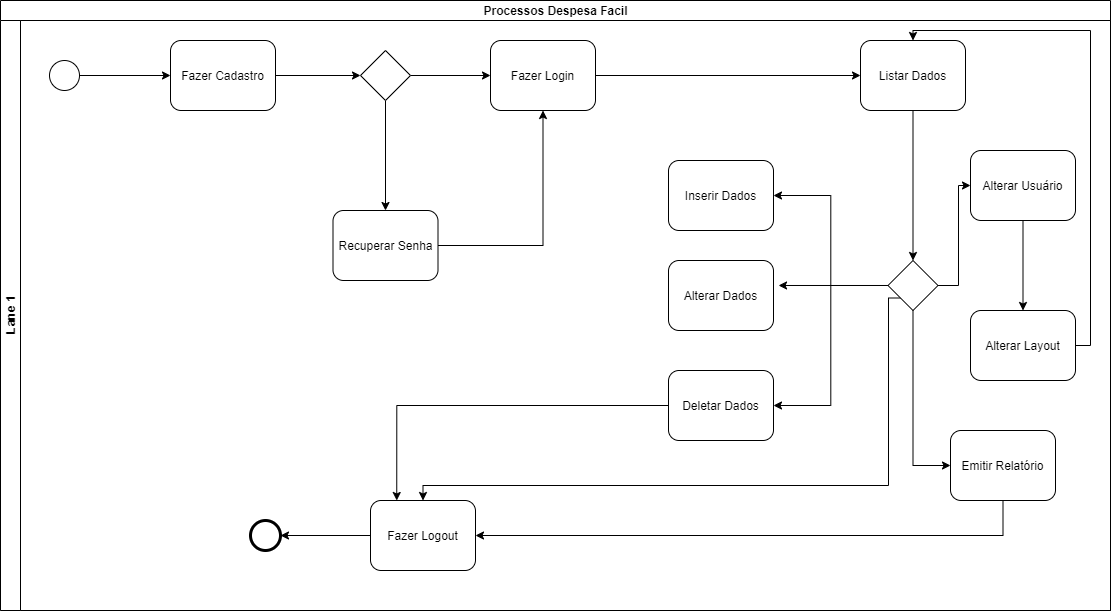
flaviosenne/despesa-facil keeps this draw.io diagram as Diagramas/BPMN.png. Above is the earlier version. Source tidied: cells renumbered, new cells last; positions are measured from the earlier drawing's top-left corner, leaving out a move shared by most shapes.
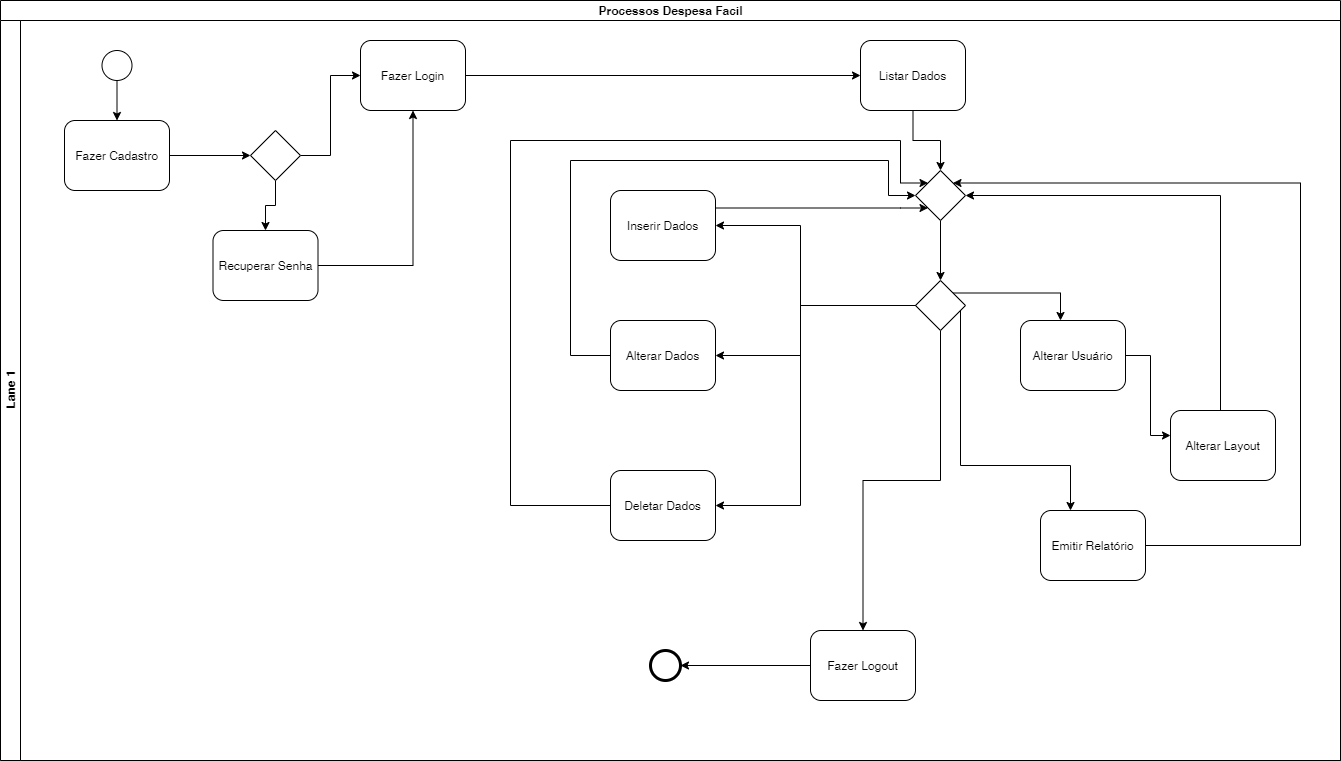
The same file after the commit.

Diff of the diagram source:
```diff
@@ -3,29 +3,32 @@
     <mxCell id="0" />
     <mxCell id="1" parent="0" />
     <mxCell id="2" value="Processos Despesa Facil" style="swimlane;html=1;horizontal=1;startSize=20;" parent="1" vertex="1">
-      <mxGeometry width="1110" height="610" as="geometry" />
+      <mxGeometry width="1340" height="760" as="geometry" />
     </mxCell>
     <mxCell id="3" value="Lane 1" style="swimlane;html=1;startSize=20;horizontal=0;" parent="2" vertex="1">
-      <mxGeometry y="20" width="1110" height="590" as="geometry" />
+      <mxGeometry y="20" width="1340" height="740" as="geometry" />
     </mxCell>
     <mxCell id="4" style="edgeStyle=orthogonalEdgeStyle;rounded=0;jettySize=auto;html=1;" parent="3" edge="1" source="5" target="7">
       <mxGeometry relative="1" as="geometry" />
     </mxCell>
     <mxCell id="5" style="shape=mxgraph.bpmn.shape;html=1;verticalLabelPosition=bottom;labelBackgroundColor=#ffffff;verticalAlign=top;align=center;perimeter=ellipsePerimeter;outlineConnect=0;outline=standard;symbol=general;" parent="3" vertex="1">
-      <mxGeometry x="49" y="40" width="30" height="30" as="geometry" />
+      <mxGeometry x="101.5" y="30" width="30" height="30" as="geometry" />
     </mxCell>
     <mxCell id="6" style="edgeStyle=orthogonalEdgeStyle;rounded=0;jettySize=auto;html=1;entryX=0;entryY=0.5;entryDx=0;entryDy=0;" parent="3" edge="1" source="7" target="13">
       <mxGeometry relative="1" as="geometry" />
     </mxCell>
     <mxCell id="7" value="Fazer Cadastro" style="shape=ext;rounded=1;html=1;whiteSpace=wrap;" parent="3" vertex="1">
-      <mxGeometry x="170" y="20" width="105" height="70" as="geometry" />
+      <mxGeometry x="64" y="100" width="105" height="70" as="geometry" />
     </mxCell>
     <mxCell id="8" style="edgeStyle=orthogonalEdgeStyle;rounded=0;jettySize=auto;html=1;" parent="3" edge="1" source="9" target="10">
       <mxGeometry relative="1" as="geometry" />
     </mxCell>
     <mxCell id="9" value="Fazer Login" style="shape=ext;rounded=1;html=1;whiteSpace=wrap;" parent="3" vertex="1">
-      <mxGeometry x="490" y="20" width="105" height="70" as="geometry" />
+      <mxGeometry x="360" y="20" width="105" height="70" as="geometry" />
     </mxCell>
+    <mxCell id="37" style="edgeStyle=orthogonalEdgeStyle;rounded=0;jettySize=auto;html=1;" parent="3" edge="1" source="10" target="41">
+      <mxGeometry relative="1" as="geometry" />
+    </mxCell>
     <mxCell id="10" value="Listar Dados" style="shape=ext;rounded=1;html=1;whiteSpace=wrap;" parent="3" vertex="1">
       <mxGeometry x="860" y="20" width="105" height="70" as="geometry" />
     </mxCell>
@@ -36,101 +39,144 @@
       <mxGeometry relative="1" as="geometry" />
     </mxCell>
     <mxCell id="13" style="rhombus;whiteSpace=wrap;html=1;" parent="3" vertex="1">
-      <mxGeometry x="360" y="30" width="50" height="50" as="geometry" />
+      <mxGeometry x="250" y="110" width="50" height="50" as="geometry" />
     </mxCell>
     <mxCell id="14" style="edgeStyle=orthogonalEdgeStyle;rounded=0;jettySize=auto;html=1;entryX=0.5;entryY=1;entryDx=0;entryDy=0;" parent="3" edge="1" source="15" target="9">
       <mxGeometry relative="1" as="geometry" />
     </mxCell>
     <mxCell id="15" value="Recuperar Senha" style="shape=ext;rounded=1;html=1;whiteSpace=wrap;" parent="3" vertex="1">
-      <mxGeometry x="332.5" y="190" width="105" height="70" as="geometry" />
+      <mxGeometry x="212.5" y="210" width="105" height="70" as="geometry" />
     </mxCell>
-    <mxCell id="16" style="edgeStyle=orthogonalEdgeStyle;rounded=0;jettySize=auto;html=1;entryX=0;entryY=0.5;entryDx=0;entryDy=0;" parent="3" edge="1" source="19" target="22">
+    <mxCell id="16" style="edgeStyle=orthogonalEdgeStyle;rounded=0;jettySize=auto;html=1;exitX=1;exitY=0;exitDx=0;exitDy=0;" parent="3" edge="1" source="19" target="22">
       <mxGeometry relative="1" as="geometry">
         <Array as="points">
-          <mxPoint x="958" y="265" />
-          <mxPoint x="958" y="165" />
+          <mxPoint x="1060" y="273" />
         </Array>
       </mxGeometry>
     </mxCell>
-    <mxCell id="17" style="edgeStyle=orthogonalEdgeStyle;rounded=0;jettySize=auto;html=1;entryX=0;entryY=0.5;entryDx=0;entryDy=0;" parent="3" edge="1" source="19" target="26">
+    <mxCell id="17" style="edgeStyle=orthogonalEdgeStyle;rounded=0;jettySize=auto;html=1;" parent="3" edge="1" source="19" target="26">
       <mxGeometry relative="1" as="geometry">
         <Array as="points">
-          <mxPoint x="913" y="445" />
+          <mxPoint x="960" y="445" />
+          <mxPoint x="1070" y="445" />
         </Array>
       </mxGeometry>
     </mxCell>
-    <mxCell id="18" style="edgeStyle=orthogonalEdgeStyle;rounded=0;jettySize=auto;html=1;entryX=0.5;entryY=0;entryDx=0;entryDy=0;exitX=0;exitY=1;exitDx=0;exitDy=0;" parent="3" edge="1" source="19" target="28">
-      <mxGeometry relative="1" as="geometry">
-        <Array as="points">
-          <mxPoint x="888" y="278" />
-          <mxPoint x="888" y="465" />
-          <mxPoint x="423" y="465" />
-        </Array>
-      </mxGeometry>
+    <mxCell id="18" style="edgeStyle=orthogonalEdgeStyle;rounded=0;jettySize=auto;html=1;" parent="3" edge="1" source="19" target="28">
+      <mxGeometry relative="1" as="geometry" />
     </mxCell>
     <mxCell id="19" style="rhombus;whiteSpace=wrap;html=1;" parent="3" vertex="1">
-      <mxGeometry x="887.5" y="240" width="50" height="50" as="geometry" />
+      <mxGeometry x="915" y="260" width="50" height="50" as="geometry" />
     </mxCell>
-    <mxCell id="20" style="edgeStyle=orthogonalEdgeStyle;rounded=0;jettySize=auto;html=1;entryX=0.5;entryY=0;entryDx=0;entryDy=0;" parent="3" edge="1" source="10" target="19">
-      <mxGeometry relative="1" as="geometry" />
-    </mxCell>
     <mxCell id="21" style="edgeStyle=orthogonalEdgeStyle;rounded=0;jettySize=auto;html=1;" parent="3" edge="1" source="22" target="24">
-      <mxGeometry relative="1" as="geometry" />
+      <mxGeometry relative="1" as="geometry">
+        <Array as="points">
+          <mxPoint x="1150" y="335" />
+          <mxPoint x="1150" y="415" />
+        </Array>
+      </mxGeometry>
     </mxCell>
     <mxCell id="22" value="Alterar Usuário" style="shape=ext;rounded=1;html=1;whiteSpace=wrap;" parent="3" vertex="1">
-      <mxGeometry x="970" y="130" width="105" height="70" as="geometry" />
+      <mxGeometry x="1020" y="300" width="105" height="70" as="geometry" />
     </mxCell>
-    <mxCell id="23" style="edgeStyle=orthogonalEdgeStyle;rounded=0;jettySize=auto;html=1;entryX=0.5;entryY=0;entryDx=0;entryDy=0;" parent="3" edge="1" source="24" target="10">
-      <mxGeometry relative="1" as="geometry">
-        <Array as="points">
-          <mxPoint x="1090" y="325" />
-          <mxPoint x="1090" y="10" />
-          <mxPoint x="913" y="10" />
-        </Array>
-      </mxGeometry>
-    </mxCell>
+    <mxCell id="38" style="edgeStyle=orthogonalEdgeStyle;rounded=0;jettySize=auto;html=1;entryX=1;entryY=0.5;entryDx=0;entryDy=0;" parent="3" edge="1" source="24" target="41">
+      <mxGeometry relative="1" as="geometry">
+        <Array as="points">
+          <mxPoint x="1220" y="175" />
+        </Array>
+      </mxGeometry>
+    </mxCell>
     <mxCell id="24" value="Alterar Layout" style="shape=ext;rounded=1;html=1;whiteSpace=wrap;" parent="3" vertex="1">
-      <mxGeometry x="970" y="290" width="105" height="70" as="geometry" />
+      <mxGeometry x="1170" y="390" width="105" height="70" as="geometry" />
     </mxCell>
-    <mxCell id="25" style="edgeStyle=orthogonalEdgeStyle;rounded=0;jettySize=auto;html=1;entryX=1;entryY=0.5;entryDx=0;entryDy=0;" parent="3" edge="1" source="26" target="28">
-      <mxGeometry relative="1" as="geometry">
-        <Array as="points">
-          <mxPoint x="1003" y="515" />
-        </Array>
-      </mxGeometry>
-    </mxCell>
+    <mxCell id="39" style="edgeStyle=orthogonalEdgeStyle;rounded=0;jettySize=auto;html=1;entryX=1;entryY=0;entryDx=0;entryDy=0;" parent="3" edge="1" source="26" target="41">
+      <mxGeometry relative="1" as="geometry">
+        <Array as="points">
+          <mxPoint x="1300" y="525" />
+          <mxPoint x="1300" y="163" />
+        </Array>
+      </mxGeometry>
+    </mxCell>
     <mxCell id="26" value="Emitir Relatório" style="shape=ext;rounded=1;html=1;whiteSpace=wrap;" parent="3" vertex="1">
-      <mxGeometry x="950" y="410" width="105" height="70" as="geometry" />
+      <mxGeometry x="1040" y="490" width="105" height="70" as="geometry" />
     </mxCell>
     <mxCell id="27" style="edgeStyle=orthogonalEdgeStyle;rounded=0;jettySize=auto;html=1;entryX=1;entryY=0.5;entryDx=0;entryDy=0;" parent="3" edge="1" source="28" target="29">
       <mxGeometry relative="1" as="geometry" />
     </mxCell>
     <mxCell id="28" value="Fazer Logout" style="shape=ext;rounded=1;html=1;whiteSpace=wrap;" parent="3" vertex="1">
-      <mxGeometry x="370" y="480" width="105" height="70" as="geometry" />
+      <mxGeometry x="810" y="610" width="105" height="70" as="geometry" />
     </mxCell>
     <mxCell id="29" style="shape=mxgraph.bpmn.shape;html=1;verticalLabelPosition=bottom;labelBackgroundColor=#ffffff;verticalAlign=top;align=center;perimeter=ellipsePerimeter;outlineConnect=0;outline=end;symbol=general;" parent="3" vertex="1">
-      <mxGeometry x="250" y="500" width="30" height="30" as="geometry" />
+      <mxGeometry x="650" y="630" width="30" height="30" as="geometry" />
     </mxCell>
+    <mxCell id="40" style="edgeStyle=orthogonalEdgeStyle;rounded=0;jettySize=auto;html=1;entryX=0.5;entryY=0;entryDx=0;entryDy=0;exitX=0.5;exitY=1;exitDx=0;exitDy=0;" parent="3" edge="1" source="41" target="19">
+      <mxGeometry relative="1" as="geometry">
+        <Array as="points">
+          <mxPoint x="940" y="200" />
+          <mxPoint x="940" y="200" />
+        </Array>
+      </mxGeometry>
+    </mxCell>
+    <mxCell id="41" style="rhombus;whiteSpace=wrap;html=1;" parent="3" vertex="1">
+      <mxGeometry x="915" y="150" width="50" height="50" as="geometry" />
+    </mxCell>
+    <mxCell id="42" style="edgeStyle=orthogonalEdgeStyle;rounded=0;jettySize=auto;html=1;entryX=0;entryY=0;entryDx=0;entryDy=0;" parent="3" edge="1" source="33" target="41">
+      <mxGeometry relative="1" as="geometry">
+        <Array as="points">
+          <mxPoint x="510" y="485" />
+          <mxPoint x="510" y="120" />
+          <mxPoint x="900" y="120" />
+        </Array>
+      </mxGeometry>
+    </mxCell>
+    <mxCell id="33" value="Deletar Dados" style="shape=ext;rounded=1;html=1;whiteSpace=wrap;" parent="3" vertex="1">
+      <mxGeometry x="610" y="450" width="105" height="70" as="geometry" />
+    </mxCell>
+    <mxCell id="36" style="edgeStyle=orthogonalEdgeStyle;rounded=0;jettySize=auto;html=1;entryX=1;entryY=0.5;entryDx=0;entryDy=0;" parent="3" edge="1" source="19" target="33">
+      <mxGeometry relative="1" as="geometry">
+        <Array as="points">
+          <mxPoint x="800" y="285" />
+          <mxPoint x="800" y="485" />
+        </Array>
+      </mxGeometry>
+    </mxCell>
+    <mxCell id="43" style="edgeStyle=orthogonalEdgeStyle;rounded=0;jettySize=auto;html=1;entryX=0;entryY=0.5;entryDx=0;entryDy=0;" parent="3" edge="1" source="31" target="41">
+      <mxGeometry relative="1" as="geometry">
+        <Array as="points">
+          <mxPoint x="570" y="335" />
+          <mxPoint x="570" y="140" />
+          <mxPoint x="888" y="140" />
+        </Array>
+      </mxGeometry>
+    </mxCell>
+    <mxCell id="31" value="Alterar Dados" style="shape=ext;rounded=1;html=1;whiteSpace=wrap;" parent="3" vertex="1">
+      <mxGeometry x="610" y="300" width="105" height="70" as="geometry" />
+    </mxCell>
+    <mxCell id="35" style="edgeStyle=orthogonalEdgeStyle;rounded=0;jettySize=auto;html=1;" parent="3" edge="1" source="19" target="31">
+      <mxGeometry relative="1" as="geometry">
+        <Array as="points">
+          <mxPoint x="800" y="285" />
+          <mxPoint x="800" y="335" />
+        </Array>
+      </mxGeometry>
+    </mxCell>
-    <mxCell id="30" value="Inserir Dados" style="shape=ext;rounded=1;html=1;whiteSpace=wrap;" parent="1" vertex="1">
-      <mxGeometry x="668" y="160" width="105" height="70" as="geometry" />
+    <mxCell id="30" value="Inserir Dados" style="shape=ext;rounded=1;html=1;whiteSpace=wrap;" parent="3" vertex="1">
+      <mxGeometry x="610" y="170" width="105" height="70" as="geometry" />
     </mxCell>
-    <mxCell id="31" value="Alterar Dados" style="shape=ext;rounded=1;html=1;whiteSpace=wrap;" parent="1" vertex="1">
-      <mxGeometry x="668" y="260" width="105" height="70" as="geometry" />
-    </mxCell>
-    <mxCell id="32" style="edgeStyle=orthogonalEdgeStyle;rounded=0;jettySize=auto;html=1;entryX=0.25;entryY=0;entryDx=0;entryDy=0;" parent="1" edge="1" source="33" target="28">
-      <mxGeometry relative="1" as="geometry" />
-    </mxCell>
-    <mxCell id="33" value="Deletar Dados" style="shape=ext;rounded=1;html=1;whiteSpace=wrap;" parent="1" vertex="1">
-      <mxGeometry x="668" y="370" width="105" height="70" as="geometry" />
-    </mxCell>
-    <mxCell id="34" style="edgeStyle=orthogonalEdgeStyle;rounded=0;jettySize=auto;html=1;entryX=1;entryY=0.5;entryDx=0;entryDy=0;" parent="1" edge="1" source="19" target="30">
-      <mxGeometry relative="1" as="geometry" />
+    <mxCell id="34" style="edgeStyle=orthogonalEdgeStyle;rounded=0;jettySize=auto;html=1;entryX=1;entryY=0.5;entryDx=0;entryDy=0;" parent="3" edge="1" source="19" target="30">
+      <mxGeometry relative="1" as="geometry">
+        <Array as="points">
+          <mxPoint x="800" y="285" />
+          <mxPoint x="800" y="205" />
+        </Array>
+      </mxGeometry>
     </mxCell>
-    <mxCell id="35" style="edgeStyle=orthogonalEdgeStyle;rounded=0;jettySize=auto;html=1;entryX=1.048;entryY=0.357;entryDx=0;entryDy=0;entryPerimeter=0;" parent="1" edge="1" source="19" target="31">
-      <mxGeometry relative="1" as="geometry" />
-    </mxCell>
-    <mxCell id="36" style="edgeStyle=orthogonalEdgeStyle;rounded=0;jettySize=auto;html=1;entryX=1;entryY=0.5;entryDx=0;entryDy=0;" parent="1" edge="1" source="19" target="33">
-      <mxGeometry relative="1" as="geometry" />
-    </mxCell>
+    <mxCell id="44" style="edgeStyle=orthogonalEdgeStyle;rounded=0;jettySize=auto;html=1;entryX=0;entryY=1;entryDx=0;entryDy=0;" parent="3" edge="1" source="30" target="41">
+      <mxGeometry relative="1" as="geometry">
+        <Array as="points">
+          <mxPoint x="900" y="188" />
+        </Array>
+      </mxGeometry>
+    </mxCell>
   </root>
 </mxGraphModel>
```
